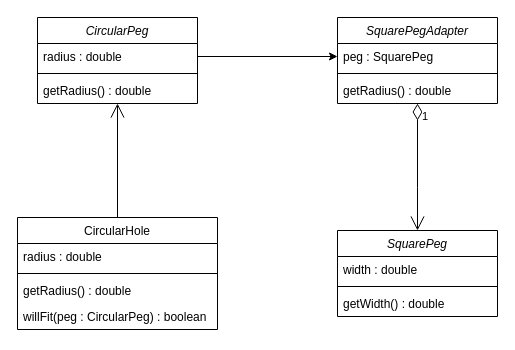
Earlier version of the draw.io diagram umls/Adapter.drawio (rishabmamgai/LLD). Source tidied: cells renumbered, new cells numbered last; positions are measured from the earlier drawing's top-left corner, leaving out a move shared by most shapes. Both pictures are drawn from the tidied source at 100%, with x=0, y=0 at pixel (17, 17).
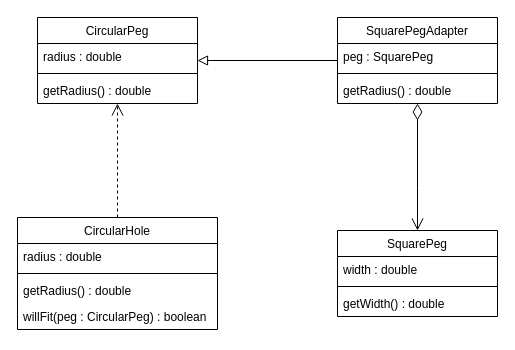
The same diagram, later.

Unchanged cells that the change refers to:
```xml
<mxCell id="3" value="radius : double" style="text;align=left;verticalAlign=top;spacingLeft=4;spacingRight=4;overflow=hidden;points=[[0,0.5],[1,0.5]];portConstraint=eastwest;" parent="2" vertex="1">
  <mxGeometry y="26" width="160" height="26" as="geometry" />
</mxCell>
<mxCell id="6" value="CircularHole" style="swimlane;fontStyle=0;align=center;verticalAlign=top;horizontal=1;startSize=26;rounded=0;shadow=0;strokeWidth=1;" parent="1" vertex="1">
  <mxGeometry y="200" width="200" height="112" as="geometry" />
</mxCell>
<mxCell id="13" value="peg : SquarePeg" style="text;align=left;verticalAlign=top;spacingLeft=4;spacingRight=4;overflow=hidden;points=[[0,0.5],[1,0.5]];portConstraint=eastwest;" parent="12" vertex="1">
  <mxGeometry y="26" width="160" height="26" as="geometry" />
</mxCell>
```

The edit, as a diff of the source:
```diff
@@
-    <mxCell id="2" value="CircularPeg" style="swimlane;fontStyle=2;align=center;verticalAlign=top;horizontal=1;startSize=26;rounded=0;shadow=0;strokeWidth=1;" parent="1" vertex="1">
+    <mxCell id="2" value="CircularPeg" style="swimlane;fontStyle=0;align=center;verticalAlign=top;horizontal=1;startSize=26;rounded=0;shadow=0;strokeWidth=1;" parent="1" vertex="1">
       <mxGeometry x="20" width="160" height="86" as="geometry" />
     </mxCell>
@@
-    <mxCell id="11" style="endArrow=classic;html=1;rounded=0;entryX=0;entryY=0.5;entryDx=0;entryDy=0;exitX=1;exitY=0.5;exitDx=0;exitDy=0;" parent="1" edge="1" source="3" target="13">
-      <mxGeometry relative="1" as="geometry" />
-    </mxCell>
-    <mxCell id="12" value="SquarePegAdapter" style="swimlane;fontStyle=2;align=center;verticalAlign=top;horizontal=1;startSize=26;rounded=0;shadow=0;strokeWidth=1;" parent="1" vertex="1">
+    <mxCell id="12" value="SquarePegAdapter" style="swimlane;fontStyle=0;align=center;verticalAlign=top;horizontal=1;startSize=26;rounded=0;shadow=0;strokeWidth=1;" parent="1" vertex="1">
       <mxGeometry x="320" width="160" height="86" as="geometry" />
     </mxCell>
@@
-    <mxCell id="16" value="SquarePeg" style="swimlane;fontStyle=2;align=center;verticalAlign=top;horizontal=1;startSize=26;rounded=0;shadow=0;strokeWidth=1;" parent="1" vertex="1">
+    <mxCell id="16" value="SquarePeg" style="swimlane;fontStyle=0;align=center;verticalAlign=top;horizontal=1;startSize=26;rounded=0;shadow=0;strokeWidth=1;" parent="1" vertex="1">
       <mxGeometry x="320" y="213" width="160" height="86" as="geometry" />
     </mxCell>
@@
-    <mxCell id="20" value="1" style="endArrow=open;html=1;endSize=12;startArrow=diamondThin;startSize=14;startFill=0;edgeStyle=orthogonalEdgeStyle;align=left;verticalAlign=top;rounded=0;entryX=0.5;entryY=0;entryDx=0;entryDy=0;exitX=0.5;exitY=1;exitDx=0;exitDy=0;" parent="1" edge="1" source="12" target="16">
+    <mxCell id="20" style="endArrow=open;html=1;endSize=10;startArrow=diamondThin;startSize=14;startFill=0;edgeStyle=orthogonalEdgeStyle;align=left;verticalAlign=top;rounded=0;entryX=0.5;entryY=0;entryDx=0;entryDy=0;exitX=0.5;exitY=1;exitDx=0;exitDy=0;" parent="1" edge="1" source="12" target="16">
       <mxGeometry x="-1" y="3" relative="1" as="geometry">
         <Array as="points">
           <mxPoint x="400" y="170" />
           <mxPoint x="400" y="170" />
         </Array>
       </mxGeometry>
     </mxCell>
-    <mxCell id="21" style="endArrow=open;html=1;rounded=0;entryX=0.5;entryY=1;entryDx=0;entryDy=0;exitX=0.5;exitY=0;exitDx=0;exitDy=0;endFill=0;endSize=12;" parent="1" edge="1" source="6" target="2">
+    <mxCell id="21" style="endArrow=open;html=1;rounded=0;entryX=0.5;entryY=1;entryDx=0;entryDy=0;exitX=0.5;exitY=0;exitDx=0;exitDy=0;endFill=0;endSize=10;dashed=1;" parent="1" edge="1" source="6" target="2">
       <mxGeometry relative="1" as="geometry" />
     </mxCell>
+    <mxCell id="22" style="endArrow=block;html=1;rounded=0;endFill=0;endSize=8;entryX=1;entryY=0.5;entryDx=0;entryDy=0;exitX=0;exitY=0.5;exitDx=0;exitDy=0;" parent="1" edge="1" source="12" target="2">
+      <mxGeometry relative="1" as="geometry" />
+    </mxCell>
```
